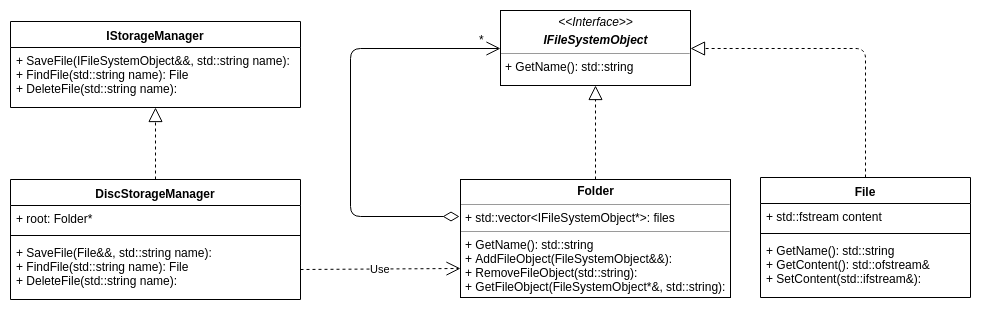
Earlier version of the draw.io export docs/FileStorageUML.png (tp-contest/pickle-rick). Source tidied: cells renumbered, new cells last; positions are measured from the earlier drawing's top-left corner, leaving out a move shared by most shapes.
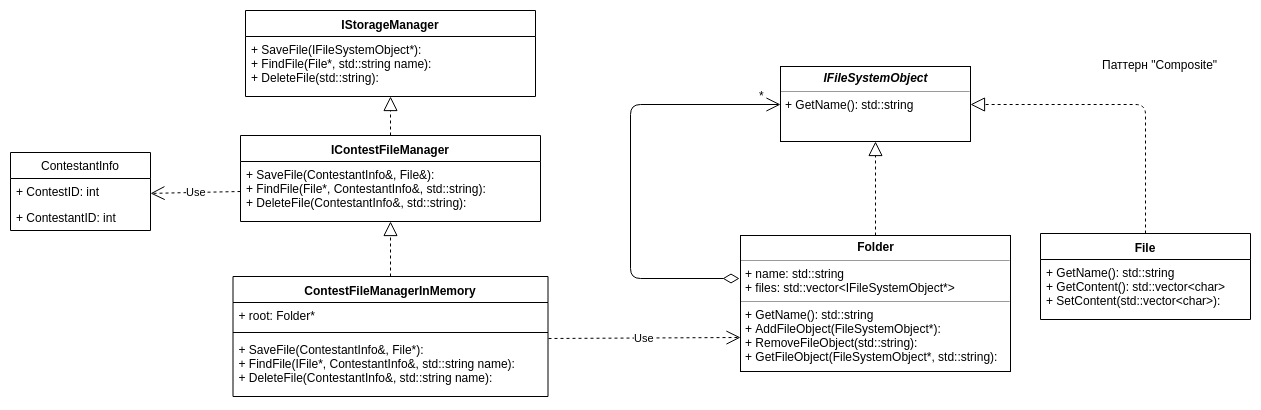
After the commit.

Change to the diagram source:
```diff
@@ -2,28 +2,22 @@
   <root>
     <mxCell id="0" />
     <mxCell id="1" parent="0" />
-    <mxCell id="2" value="&lt;p style=&quot;margin: 0px ; margin-top: 4px ; text-align: center&quot;&gt;&lt;i&gt;&amp;lt;&amp;lt;Interface&amp;gt;&amp;gt;&lt;/i&gt;&lt;br&gt;&lt;/p&gt;&lt;p style=&quot;margin: 0px ; margin-top: 4px ; text-align: center&quot;&gt;&lt;i&gt;&lt;b&gt;IFileSystemObject&lt;/b&gt;&lt;/i&gt;&lt;/p&gt;&lt;hr size=&quot;1&quot;&gt;&lt;p style=&quot;margin: 0px ; margin-left: 4px&quot;&gt;+ GetName(): std::string&lt;/p&gt;" style="verticalAlign=top;align=left;overflow=fill;fontSize=12;fontFamily=Helvetica;html=1;" parent="1" vertex="1">
+    <mxCell id="2" value="&lt;p style=&quot;margin: 0px ; margin-top: 4px ; text-align: center&quot;&gt;&lt;i&gt;&lt;b&gt;IFileSystemObject&lt;/b&gt;&lt;/i&gt;&lt;br&gt;&lt;/p&gt;&lt;hr size=&quot;1&quot;&gt;&lt;p style=&quot;margin: 0px ; margin-left: 4px&quot;&gt;+ GetName(): std::string&lt;/p&gt;" style="verticalAlign=top;align=left;overflow=fill;fontSize=12;fontFamily=Helvetica;html=1;" parent="1" vertex="1">
       <mxGeometry x="490" width="190" height="75" as="geometry" />
     </mxCell>
     <mxCell id="3" value="File" style="swimlane;fontStyle=1;align=center;verticalAlign=top;horizontal=1;startSize=26;" parent="1" vertex="1">
-      <mxGeometry x="750" y="167" width="210" height="120" as="geometry" />
+      <mxGeometry x="750" y="167" width="210" height="86" as="geometry" />
     </mxCell>
-    <mxCell id="4" value="+ std::fstream content" style="text;strokeColor=none;fillColor=none;align=left;verticalAlign=top;spacingLeft=4;spacingRight=4;overflow=hidden;" parent="3" vertex="1">
-      <mxGeometry y="26" width="210" height="26" as="geometry" />
-    </mxCell>
-    <mxCell id="5" style="line;strokeWidth=1;fillColor=none;align=left;verticalAlign=middle;spacingTop=-1;spacingLeft=3;spacingRight=3;labelPosition=right;" parent="3" vertex="1">
-      <mxGeometry y="52" width="210" height="8" as="geometry" />
-    </mxCell>
-    <mxCell id="6" value="+ GetName(): std::string&#10;+ GetContent(): std::ofstream&amp;&#10;+ SetContent(std::ifstream&amp;):&#10;" style="text;strokeColor=none;fillColor=none;align=left;verticalAlign=top;spacingLeft=4;spacingRight=4;overflow=hidden;" parent="3" vertex="1">
-      <mxGeometry y="60" width="210" height="60" as="geometry" />
+    <mxCell id="6" value="+ GetName(): std::string&#10;+ GetContent(): std::vector&lt;char&gt;&#10;+ SetContent(std::vector&lt;char&gt;):&#10;" style="text;strokeColor=none;fillColor=none;align=left;verticalAlign=top;spacingLeft=4;spacingRight=4;overflow=hidden;" parent="3" vertex="1">
+      <mxGeometry y="26" width="210" height="60" as="geometry" />
     </mxCell>
-    <mxCell id="7" value="&lt;p style=&quot;margin: 0px ; margin-top: 4px ; text-align: center&quot;&gt;&lt;b&gt;Folder&lt;/b&gt;&lt;/p&gt;&lt;hr size=&quot;1&quot;&gt;&lt;p style=&quot;margin: 0px ; margin-left: 4px&quot;&gt;+ std::vector&amp;lt;IFileSystemObject*&amp;gt;: files&lt;/p&gt;&lt;hr size=&quot;1&quot;&gt;&lt;p style=&quot;margin: 0px ; margin-left: 4px&quot;&gt;+ GetName(): std::string&lt;/p&gt;&lt;p style=&quot;margin: 0px ; margin-left: 4px&quot;&gt;+ AddFileObject(FileSystemObject&amp;amp;&amp;amp;):&lt;/p&gt;&lt;p style=&quot;margin: 0px ; margin-left: 4px&quot;&gt;+ RemoveFileObject(std::string):&lt;/p&gt;&lt;p style=&quot;margin: 0px ; margin-left: 4px&quot;&gt;+ GetFileObject(FileSystemObject*&amp;amp;, std::string):&lt;/p&gt;" style="verticalAlign=top;align=left;overflow=fill;fontSize=12;fontFamily=Helvetica;html=1;" parent="1" vertex="1">
-      <mxGeometry x="450" y="169" width="270" height="118" as="geometry" />
+    <mxCell id="7" value="&lt;p style=&quot;margin: 0px ; margin-top: 4px ; text-align: center&quot;&gt;&lt;b&gt;Folder&lt;/b&gt;&lt;/p&gt;&lt;hr size=&quot;1&quot;&gt;&lt;p style=&quot;margin: 0px ; margin-left: 4px&quot;&gt;+ name: std::string&lt;br&gt;+ files: std::vector&amp;lt;IFileSystemObject*&amp;gt;&lt;/p&gt;&lt;hr size=&quot;1&quot;&gt;&lt;p style=&quot;margin: 0px ; margin-left: 4px&quot;&gt;+ GetName(): std::string&lt;/p&gt;&lt;p style=&quot;margin: 0px ; margin-left: 4px&quot;&gt;+ AddFileObject(FileSystemObject*):&lt;/p&gt;&lt;p style=&quot;margin: 0px ; margin-left: 4px&quot;&gt;+ RemoveFileObject(std::string):&lt;/p&gt;&lt;p style=&quot;margin: 0px ; margin-left: 4px&quot;&gt;+ GetFileObject(FileSystemObject*, std::string):&lt;/p&gt;" style="verticalAlign=top;align=left;overflow=fill;fontSize=12;fontFamily=Helvetica;html=1;" parent="1" vertex="1">
+      <mxGeometry x="450" y="169" width="270" height="136" as="geometry" />
     </mxCell>
     <mxCell id="8" value="&lt;br&gt;&lt;br&gt;" style="endArrow=open;html=1;endSize=12;startArrow=diamondThin;startSize=14;startFill=0;edgeStyle=orthogonalEdgeStyle;align=left;verticalAlign=bottom;entryX=0;entryY=0.5;entryDx=0;entryDy=0;exitX=-0.004;exitY=0.314;exitDx=0;exitDy=0;exitPerimeter=0;" parent="1" edge="1" source="7" target="2">
       <mxGeometry x="-1" y="3" relative="1" as="geometry">
         <Array as="points">
-          <mxPoint x="340" y="206" />
+          <mxPoint x="340" y="212" />
           <mxPoint x="340" y="38" />
         </Array>
       </mxGeometry>
@@ -41,29 +35,55 @@
         </Array>
       </mxGeometry>
     </mxCell>
-    <mxCell id="12" value="DiscStorageManager" style="swimlane;fontStyle=1;align=center;verticalAlign=top;horizontal=1;startSize=26;" parent="1" vertex="1">
-      <mxGeometry y="169" width="290" height="120" as="geometry" />
+    <mxCell id="12" value="ContestFileManagerInMemory" style="swimlane;fontStyle=1;align=center;verticalAlign=top;horizontal=1;startSize=26;" parent="1" vertex="1">
+      <mxGeometry x="-57.5" y="210" width="315" height="120" as="geometry" />
     </mxCell>
     <mxCell id="13" value="+ root: Folder*" style="text;strokeColor=none;fillColor=none;align=left;verticalAlign=top;spacingLeft=4;spacingRight=4;overflow=hidden;" parent="12" vertex="1">
-      <mxGeometry y="26" width="290" height="26" as="geometry" />
+      <mxGeometry y="26" width="315" height="26" as="geometry" />
     </mxCell>
     <mxCell id="14" style="line;strokeWidth=1;fillColor=none;align=left;verticalAlign=middle;spacingTop=-1;spacingLeft=3;spacingRight=3;labelPosition=right;" parent="12" vertex="1">
-      <mxGeometry y="52" width="290" height="8" as="geometry" />
+      <mxGeometry y="52" width="315" height="8" as="geometry" />
     </mxCell>
-    <mxCell id="15" value="+ SaveFile(File&amp;&amp;, std::string name):&#10;+ FindFile(std::string name): File&#10;+ DeleteFile(std::string name):&#10;" style="text;strokeColor=none;fillColor=none;align=left;verticalAlign=top;spacingLeft=4;spacingRight=4;overflow=hidden;points=[[0,0.5],[1,0.5]];portConstraint=eastwest;" parent="12" vertex="1">
-      <mxGeometry y="60" width="290" height="60" as="geometry" />
+    <mxCell id="15" value="+ SaveFile(ContestantInfo&amp;, File*):&#10;+ FindFile(IFile*, ContestantInfo&amp;, std::string name): &#10;+ DeleteFile(ContestantInfo&amp;, std::string name):&#10;" style="text;strokeColor=none;fillColor=none;align=left;verticalAlign=top;spacingLeft=4;spacingRight=4;overflow=hidden;points=[[0,0.5],[1,0.5]];portConstraint=eastwest;" parent="12" vertex="1">
+      <mxGeometry y="60" width="315" height="60" as="geometry" />
     </mxCell>
-    <mxCell id="16" value="Use" style="endArrow=open;endSize=12;dashed=1;html=1;exitX=1;exitY=0.5;exitDx=0;exitDy=0;entryX=0;entryY=0.75;entryDx=0;entryDy=0;" parent="1" edge="1" source="15" target="7">
+    <mxCell id="16" value="Use" style="endArrow=open;endSize=12;dashed=1;html=1;exitX=1.002;exitY=0.037;exitDx=0;exitDy=0;entryX=0;entryY=0.75;entryDx=0;entryDy=0;exitPerimeter=0;" parent="1" edge="1" source="15" target="7">
       <mxGeometry relative="1" as="geometry" />
     </mxCell>
     <mxCell id="17" value="IStorageManager" style="swimlane;fontStyle=1;align=center;verticalAlign=top;horizontal=1;startSize=26;" parent="1" vertex="1">
-      <mxGeometry y="11" width="290" height="86" as="geometry" />
+      <mxGeometry x="-45" y="-56" width="290" height="86" as="geometry" />
     </mxCell>
-    <mxCell id="18" value="+ SaveFile(IFileSystemObject&amp;&amp;, std::string name):&#10;+ FindFile(std::string name): File&#10;+ DeleteFile(std::string name):&#10;" style="text;strokeColor=none;fillColor=none;align=left;verticalAlign=top;spacingLeft=4;spacingRight=4;overflow=hidden;points=[[0,0.5],[1,0.5]];portConstraint=eastwest;" parent="17" vertex="1">
+    <mxCell id="18" value="+ SaveFile(IFileSystemObject*):&#10;+ FindFile(File*, std::string name):&#10;+ DeleteFile(std::string):&#10;" style="text;strokeColor=none;fillColor=none;align=left;verticalAlign=top;spacingLeft=4;spacingRight=4;overflow=hidden;points=[[0,0.5],[1,0.5]];portConstraint=eastwest;" parent="17" vertex="1">
       <mxGeometry y="26" width="290" height="60" as="geometry" />
     </mxCell>
-    <mxCell id="19" style="endArrow=block;dashed=1;endFill=0;endSize=12;html=1;" parent="1" edge="1" source="12" target="18">
+    <mxCell id="19" style="endArrow=block;dashed=1;endFill=0;endSize=12;html=1;" parent="1" edge="1" source="12" target="21">
       <mxGeometry relative="1" as="geometry" />
     </mxCell>
+    <mxCell id="20" value="IContestFileManager" style="swimlane;fontStyle=1;align=center;verticalAlign=top;horizontal=1;startSize=26;" parent="1" vertex="1">
+      <mxGeometry x="-50" y="69" width="300" height="86" as="geometry" />
+    </mxCell>
+    <mxCell id="21" value="+ SaveFile(ContestantInfo&amp;, File&amp;):&#10;+ FindFile(File*, ContestantInfo&amp;, std::string): &#10;+ DeleteFile(ContestantInfo&amp;, std::string):&#10;" style="text;strokeColor=none;fillColor=none;align=left;verticalAlign=top;spacingLeft=4;spacingRight=4;overflow=hidden;points=[[0,0.5],[1,0.5]];portConstraint=eastwest;" parent="20" vertex="1">
+      <mxGeometry y="26" width="300" height="60" as="geometry" />
+    </mxCell>
+    <mxCell id="22" value="Use" style="endArrow=open;endSize=12;dashed=1;html=1;exitX=0;exitY=0.5;exitDx=0;exitDy=0;" parent="1" edge="1" source="21">
+      <mxGeometry relative="1" as="geometry">
+        <mxPoint x="-140" y="126.9" as="targetPoint" />
+      </mxGeometry>
+    </mxCell>
+    <mxCell id="23" value="Паттерн &quot;Composite&quot;" style="text;html=1;align=left;verticalAlign=top;spacingTop=-4;" parent="1" vertex="1">
+      <mxGeometry x="810" y="-11" width="130" height="20" as="geometry" />
+    </mxCell>
+    <mxCell id="24" style="endArrow=block;dashed=1;endFill=0;endSize=12;html=1;" parent="1" edge="1" source="20" target="18">
+      <mxGeometry relative="1" as="geometry" />
+    </mxCell>
+    <mxCell id="25" value="ContestantInfo" style="swimlane;fontStyle=0;horizontal=1;startSize=26;fillColor=none;" parent="1" vertex="1">
+      <mxGeometry x="-280" y="86" width="140" height="78" as="geometry" />
+    </mxCell>
+    <mxCell id="26" value="+ ContestID: int" style="text;strokeColor=none;fillColor=none;align=left;verticalAlign=top;spacingLeft=4;spacingRight=4;overflow=hidden;" parent="25" vertex="1">
+      <mxGeometry y="26" width="140" height="26" as="geometry" />
+    </mxCell>
+    <mxCell id="27" value="+ ContestantID: int" style="text;strokeColor=none;fillColor=none;align=left;verticalAlign=top;spacingLeft=4;spacingRight=4;overflow=hidden;" parent="25" vertex="1">
+      <mxGeometry y="52" width="140" height="26" as="geometry" />
+    </mxCell>
   </root>
 </mxGraphModel>
```
